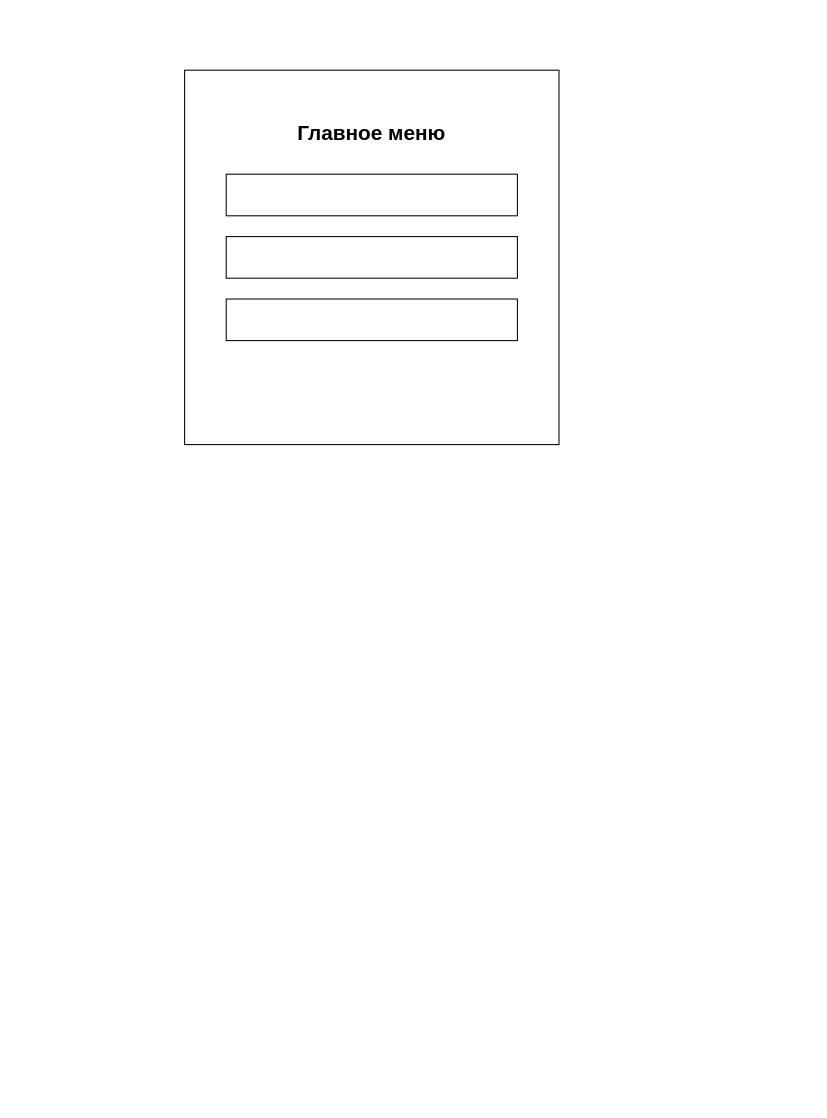
The draw.io diagram Other/Design.drawio in SalavatovNabiulla/MyMoney, before the edit. Source tidied: cells renumbered, new cells numbered last; positions are measured from the earlier drawing's top-left corner, leaving out a move shared by most shapes. Both pictures are drawn from the tidied source at 104%, with x=0, y=0 at pixel (184, 70).
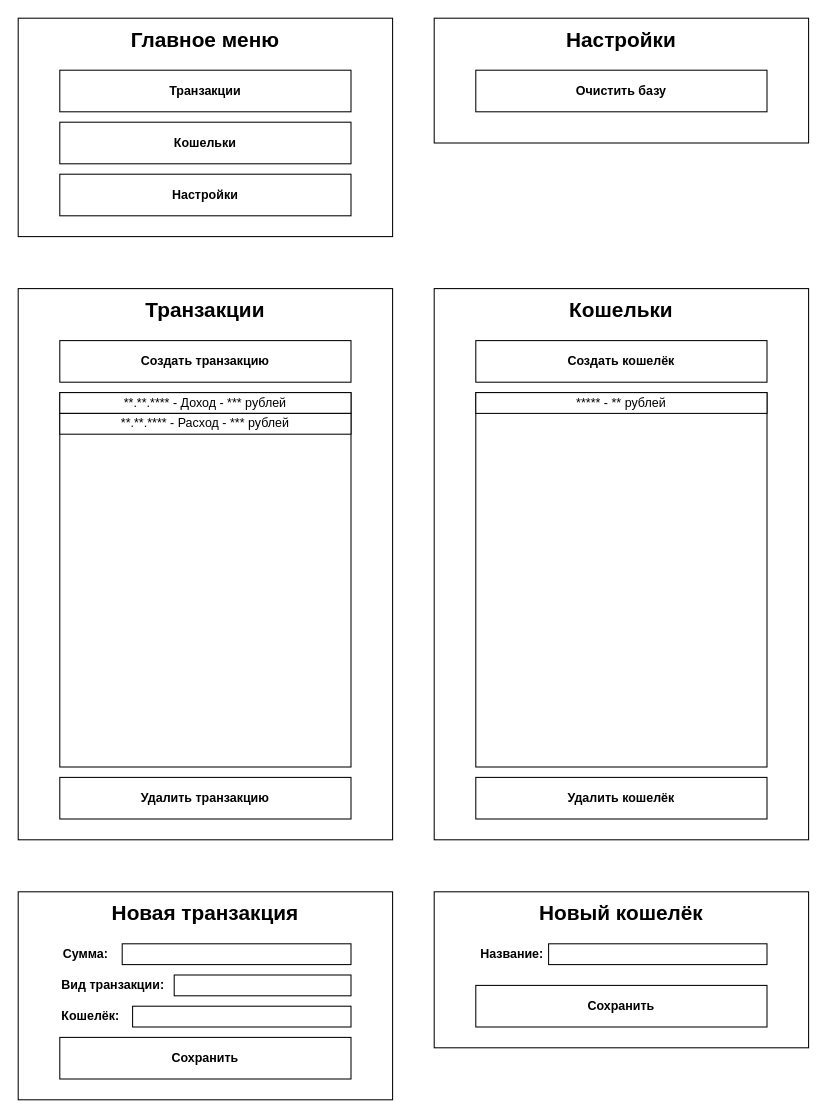
After the change.

Diff of the diagram source:
```diff
@@
     <mxCell id="2" style="rounded=0;whiteSpace=wrap;html=1;" parent="1" vertex="1">
-      <mxGeometry width="360" height="360" as="geometry" />
+      <mxGeometry x="-160" y="-50" width="360" height="210" as="geometry" />
     </mxCell>
-    <mxCell id="3" style="rounded=0;whiteSpace=wrap;html=1;" parent="1" vertex="1">
-      <mxGeometry x="40" y="100" width="280" height="40" as="geometry" />
+    <mxCell id="3" value="Транзакции" style="rounded=0;whiteSpace=wrap;html=1;fontStyle=1;" parent="1" vertex="1">
+      <mxGeometry x="-120" width="280" height="40" as="geometry" />
     </mxCell>
     <mxCell id="4" value="Главное меню" style="text;html=1;strokeColor=none;fillColor=none;align=center;verticalAlign=middle;whiteSpace=wrap;rounded=0;fontStyle=1;fontSize=20;" parent="1" vertex="1">
-      <mxGeometry y="40" width="360" height="40" as="geometry" />
+      <mxGeometry x="-160" y="-50" width="360" height="40" as="geometry" />
     </mxCell>
-    <mxCell id="5" style="rounded=0;whiteSpace=wrap;html=1;" parent="1" vertex="1">
-      <mxGeometry x="40" y="160" width="280" height="40" as="geometry" />
+    <mxCell id="5" value="Кошельки" style="rounded=0;whiteSpace=wrap;html=1;fontStyle=1;" parent="1" vertex="1">
+      <mxGeometry x="-120" y="50" width="280" height="40" as="geometry" />
     </mxCell>
-    <mxCell id="6" style="rounded=0;whiteSpace=wrap;html=1;" parent="1" vertex="1">
-      <mxGeometry x="40" y="220" width="280" height="40" as="geometry" />
-    </mxCell>
+    <mxCell id="7" style="rounded=0;whiteSpace=wrap;html=1;" parent="1" vertex="1">
+      <mxGeometry x="-160" y="210" width="360" height="530" as="geometry" />
+    </mxCell>
+    <mxCell id="8" value="Транзакции" style="text;html=1;strokeColor=none;fillColor=none;align=center;verticalAlign=middle;whiteSpace=wrap;rounded=0;fontStyle=1;fontSize=20;" parent="1" vertex="1">
+      <mxGeometry x="-160" y="210" width="360" height="40" as="geometry" />
+    </mxCell>
+    <mxCell id="9" value="Создать транзакцию" style="rounded=0;whiteSpace=wrap;html=1;fontStyle=1;" parent="1" vertex="1">
+      <mxGeometry x="-120" y="260" width="280" height="40" as="geometry" />
+    </mxCell>
+    <mxCell id="10" style="rounded=0;whiteSpace=wrap;html=1;" parent="1" vertex="1">
+      <mxGeometry x="-120" y="310" width="280" height="360" as="geometry" />
+    </mxCell>
+    <mxCell id="11" value="Удалить транзакцию" style="rounded=0;whiteSpace=wrap;html=1;fontStyle=1;" parent="1" vertex="1">
+      <mxGeometry x="-120" y="680" width="280" height="40" as="geometry" />
+    </mxCell>
+    <mxCell id="12" style="rounded=0;whiteSpace=wrap;html=1;" parent="1" vertex="1">
+      <mxGeometry x="240" y="210" width="360" height="530" as="geometry" />
+    </mxCell>
+    <mxCell id="13" value="Кошельки" style="text;html=1;strokeColor=none;fillColor=none;align=center;verticalAlign=middle;whiteSpace=wrap;rounded=0;fontStyle=1;fontSize=20;" parent="1" vertex="1">
+      <mxGeometry x="240" y="210" width="360" height="40" as="geometry" />
+    </mxCell>
+    <mxCell id="14" value="Создать кошелёк" style="rounded=0;whiteSpace=wrap;html=1;fontStyle=1;" parent="1" vertex="1">
+      <mxGeometry x="280" y="260" width="280" height="40" as="geometry" />
+    </mxCell>
+    <mxCell id="15" style="rounded=0;whiteSpace=wrap;html=1;" parent="1" vertex="1">
+      <mxGeometry x="280" y="310" width="280" height="360" as="geometry" />
+    </mxCell>
+    <mxCell id="16" value="Удалить кошелёк" style="rounded=0;whiteSpace=wrap;html=1;fontStyle=1;" parent="1" vertex="1">
+      <mxGeometry x="280" y="680" width="280" height="40" as="geometry" />
+    </mxCell>
+    <mxCell id="17" value="**.**.**** - Доход - *** рублей" style="rounded=0;whiteSpace=wrap;html=1;" parent="1" vertex="1">
+      <mxGeometry x="-120" y="310" width="280" height="20" as="geometry" />
+    </mxCell>
+    <mxCell id="18" value="**.**.**** - Расход - *** рублей" style="rounded=0;whiteSpace=wrap;html=1;" parent="1" vertex="1">
+      <mxGeometry x="-120" y="330" width="280" height="20" as="geometry" />
+    </mxCell>
+    <mxCell id="19" value="***** - ** рублей" style="rounded=0;whiteSpace=wrap;html=1;" parent="1" vertex="1">
+      <mxGeometry x="280" y="310" width="280" height="20" as="geometry" />
+    </mxCell>
+    <mxCell id="20" style="rounded=0;whiteSpace=wrap;html=1;" parent="1" vertex="1">
+      <mxGeometry x="-160" y="790" width="360" height="200" as="geometry" />
+    </mxCell>
+    <mxCell id="21" value="Новая транзакция" style="text;html=1;strokeColor=none;fillColor=none;align=center;verticalAlign=middle;whiteSpace=wrap;rounded=0;fontStyle=1;fontSize=20;" parent="1" vertex="1">
+      <mxGeometry x="-160" y="790" width="360" height="40" as="geometry" />
+    </mxCell>
+    <mxCell id="22" value="Сохранить" style="rounded=0;whiteSpace=wrap;html=1;fontStyle=1;" parent="1" vertex="1">
+      <mxGeometry x="-120" y="930" width="280" height="40" as="geometry" />
+    </mxCell>
+    <mxCell id="23" value="Сумма:" style="text;html=1;strokeColor=none;fillColor=none;align=center;verticalAlign=middle;whiteSpace=wrap;rounded=0;fontStyle=1;" parent="1" vertex="1">
+      <mxGeometry x="-120" y="840" width="50" height="20" as="geometry" />
+    </mxCell>
+    <mxCell id="24" style="rounded=0;whiteSpace=wrap;html=1;" parent="1" vertex="1">
+      <mxGeometry x="-60" y="840" width="220" height="20" as="geometry" />
+    </mxCell>
+    <mxCell id="25" value="Вид транзакции:" style="text;html=1;strokeColor=none;fillColor=none;align=left;verticalAlign=middle;whiteSpace=wrap;rounded=0;fontStyle=1;" parent="1" vertex="1">
+      <mxGeometry x="-120" y="870" width="110" height="20" as="geometry" />
+    </mxCell>
+    <mxCell id="26" style="rounded=0;whiteSpace=wrap;html=1;" parent="1" vertex="1">
+      <mxGeometry x="-10" y="870" width="170" height="20" as="geometry" />
+    </mxCell>
+    <mxCell id="27" value="Кошелёк:" style="text;html=1;strokeColor=none;fillColor=none;align=left;verticalAlign=middle;whiteSpace=wrap;rounded=0;fontStyle=1;" parent="1" vertex="1">
+      <mxGeometry x="-120" y="900" width="60" height="20" as="geometry" />
+    </mxCell>
+    <mxCell id="28" style="rounded=0;whiteSpace=wrap;html=1;" parent="1" vertex="1">
+      <mxGeometry x="-50" y="900" width="210" height="20" as="geometry" />
+    </mxCell>
+    <mxCell id="29" style="rounded=0;whiteSpace=wrap;html=1;" parent="1" vertex="1">
+      <mxGeometry x="240" y="790" width="360" height="150" as="geometry" />
+    </mxCell>
+    <mxCell id="30" value="Новый кошелёк" style="text;html=1;strokeColor=none;fillColor=none;align=center;verticalAlign=middle;whiteSpace=wrap;rounded=0;fontStyle=1;fontSize=20;" parent="1" vertex="1">
+      <mxGeometry x="240" y="790" width="360" height="40" as="geometry" />
+    </mxCell>
+    <mxCell id="31" value="Сохранить" style="rounded=0;whiteSpace=wrap;html=1;fontStyle=1;" parent="1" vertex="1">
+      <mxGeometry x="280" y="880" width="280" height="40" as="geometry" />
+    </mxCell>
+    <mxCell id="32" value="Название:" style="text;html=1;strokeColor=none;fillColor=none;align=center;verticalAlign=middle;whiteSpace=wrap;rounded=0;fontStyle=1;" parent="1" vertex="1">
+      <mxGeometry x="280" y="840" width="70" height="20" as="geometry" />
+    </mxCell>
+    <mxCell id="33" style="rounded=0;whiteSpace=wrap;html=1;" parent="1" vertex="1">
+      <mxGeometry x="350" y="840" width="210" height="20" as="geometry" />
+    </mxCell>
+    <mxCell id="34" value="Настройки" style="rounded=0;whiteSpace=wrap;html=1;fontStyle=1;" parent="1" vertex="1">
+      <mxGeometry x="-120" y="100" width="280" height="40" as="geometry" />
+    </mxCell>
+    <mxCell id="35" style="rounded=0;whiteSpace=wrap;html=1;" parent="1" vertex="1">
+      <mxGeometry x="240" y="-50" width="360" height="120" as="geometry" />
+    </mxCell>
+    <mxCell id="36" value="Настройки" style="text;html=1;strokeColor=none;fillColor=none;align=center;verticalAlign=middle;whiteSpace=wrap;rounded=0;fontStyle=1;fontSize=20;" parent="1" vertex="1">
+      <mxGeometry x="240" y="-50" width="360" height="40" as="geometry" />
+    </mxCell>
+    <mxCell id="37" value="Очистить базу" style="rounded=0;whiteSpace=wrap;html=1;fontStyle=1;" parent="1" vertex="1">
+      <mxGeometry x="280" width="280" height="40" as="geometry" />
+    </mxCell>
```
